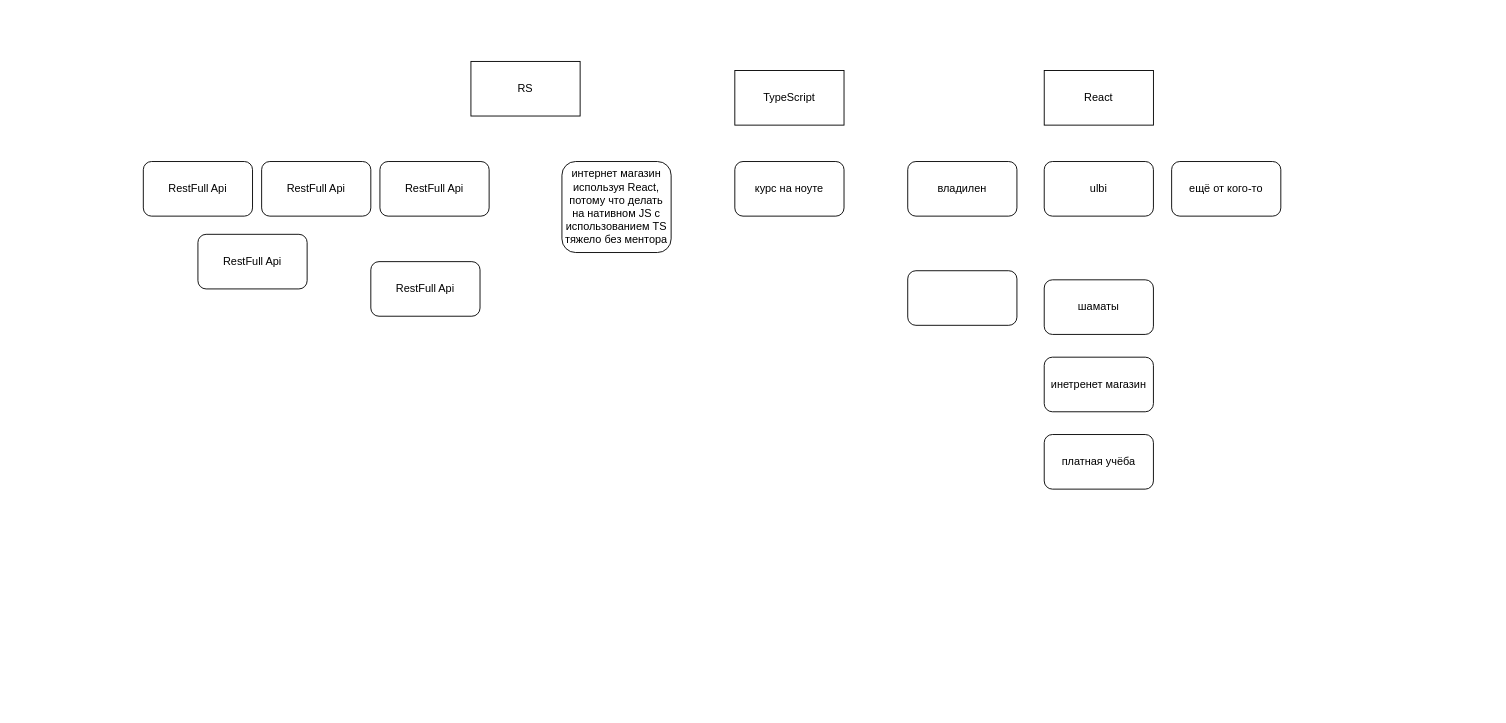
The draw.io diagram Диаграмма без названия.drawio in denis88k/diagrams, before the edit. Source tidied: cells renumbered, new cells numbered last; positions are measured from the earlier drawing's top-left corner, leaving out a move shared by most shapes. Both pictures are drawn from the tidied source at 91%, with x=0, y=0 at pixel (143, 61).
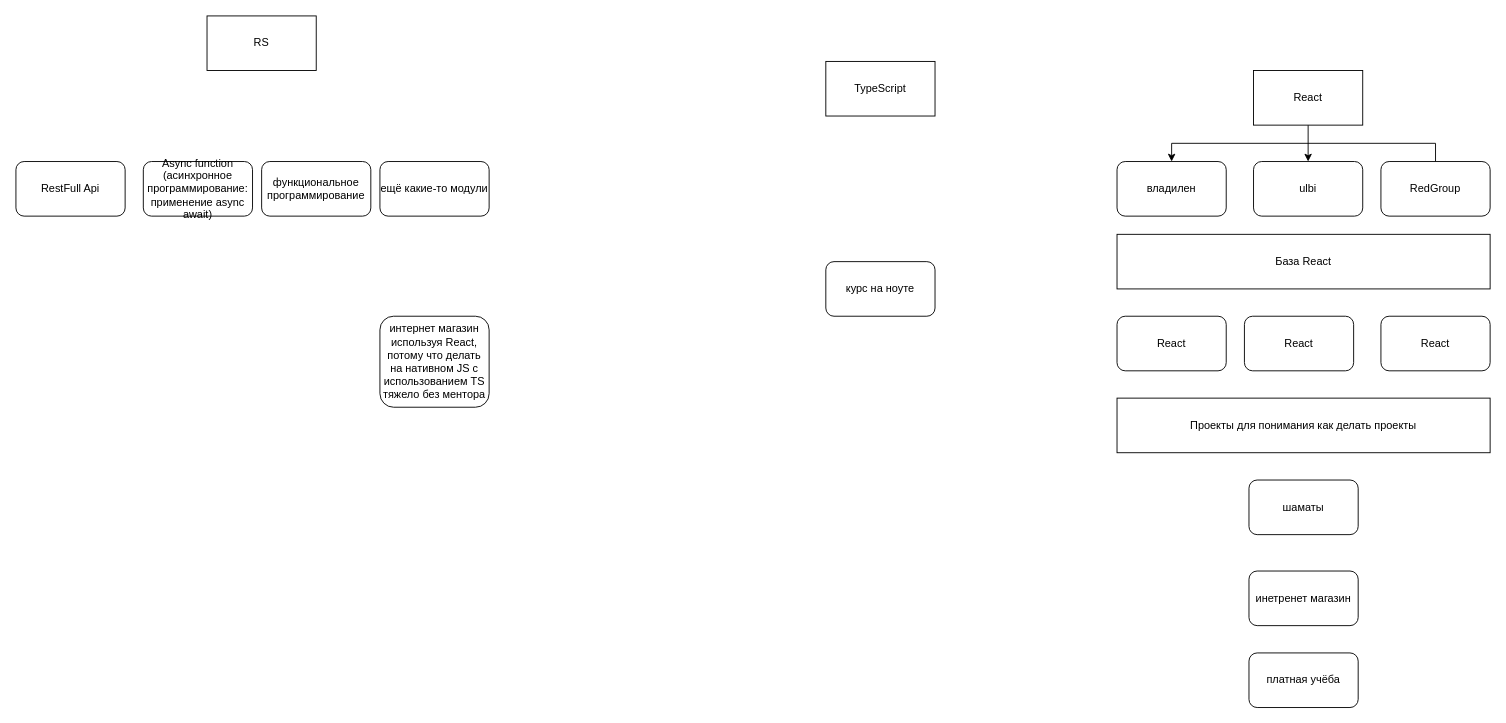
After the change.

Diff of the diagram source:
```diff
@@
     <mxCell id="2" value="RS" style="rounded=0;whiteSpace=wrap;html=1;" parent="1" vertex="1">
-      <mxGeometry x="360" width="120" height="60" as="geometry" />
+      <mxGeometry x="70" y="-50" width="120" height="60" as="geometry" />
     </mxCell>
     <mxCell id="3" value="TypeScript" style="rounded=0;whiteSpace=wrap;html=1;" parent="1" vertex="1">
-      <mxGeometry x="650" y="10" width="120" height="60" as="geometry" />
+      <mxGeometry x="750" width="120" height="60" as="geometry" />
     </mxCell>
+    <mxCell id="19" style="edgeStyle=orthogonalEdgeStyle;rounded=0;jettySize=auto;html=1;exitX=0.5;exitY=1;exitDx=0;exitDy=0;entryX=0.5;entryY=0;entryDx=0;entryDy=0;" parent="1" edge="1" source="4" target="9">
+      <mxGeometry relative="1" as="geometry" />
+    </mxCell>
+    <mxCell id="20" style="edgeStyle=orthogonalEdgeStyle;rounded=0;jettySize=auto;html=1;exitX=0.5;exitY=0;exitDx=0;exitDy=0;entryX=0.5;entryY=0;entryDx=0;entryDy=0;" parent="1" edge="1" source="8" target="7">
+      <mxGeometry relative="1" as="geometry" />
+    </mxCell>
     <mxCell id="4" value="React" style="rounded=0;whiteSpace=wrap;html=1;" parent="1" vertex="1">
-      <mxGeometry x="990" y="10" width="120" height="60" as="geometry" />
+      <mxGeometry x="1220" y="10" width="120" height="60" as="geometry" />
     </mxCell>
-    <mxCell id="5" value="RestFull Api" style="rounded=1;whiteSpace=wrap;html=1;" parent="1" vertex="1">
+    <mxCell id="5" value="ещё какие-то модули" style="rounded=1;whiteSpace=wrap;html=1;" parent="1" vertex="1">
       <mxGeometry x="260" y="110" width="120" height="60" as="geometry" />
     </mxCell>
     <mxCell id="6" value="курс на ноуте" style="rounded=1;whiteSpace=wrap;html=1;" parent="1" vertex="1">
-      <mxGeometry x="650" y="110" width="120" height="60" as="geometry" />
+      <mxGeometry x="750" y="220" width="120" height="60" as="geometry" />
     </mxCell>
     <mxCell id="7" value="владилен" style="rounded=1;whiteSpace=wrap;html=1;" parent="1" vertex="1">
-      <mxGeometry x="840" y="110" width="120" height="60" as="geometry" />
+      <mxGeometry x="1070" y="110" width="120" height="60" as="geometry" />
     </mxCell>
-    <mxCell id="8" value="ещё от кого-то" style="rounded=1;whiteSpace=wrap;html=1;" parent="1" vertex="1">
-      <mxGeometry x="1130" y="110" width="120" height="60" as="geometry" />
+    <mxCell id="8" value="RedGroup" style="rounded=1;whiteSpace=wrap;html=1;" parent="1" vertex="1">
+      <mxGeometry x="1360" y="110" width="120" height="60" as="geometry" />
     </mxCell>
     <mxCell id="9" value="ulbi" style="rounded=1;whiteSpace=wrap;html=1;" parent="1" vertex="1">
-      <mxGeometry x="990" y="110" width="120" height="60" as="geometry" />
+      <mxGeometry x="1220" y="110" width="120" height="60" as="geometry" />
     </mxCell>
-    <mxCell id="10" style="rounded=1;whiteSpace=wrap;html=1;" parent="1" vertex="1">
-      <mxGeometry x="840" y="230" width="120" height="60" as="geometry" />
+    <mxCell id="10" value="React" style="rounded=1;whiteSpace=wrap;html=1;" parent="1" vertex="1">
+      <mxGeometry x="1070" y="280" width="120" height="60" as="geometry" />
     </mxCell>
     <mxCell id="11" value="шаматы" style="rounded=1;whiteSpace=wrap;html=1;" parent="1" vertex="1">
-      <mxGeometry x="990" y="240" width="120" height="60" as="geometry" />
+      <mxGeometry x="1215" y="460" width="120" height="60" as="geometry" />
     </mxCell>
     <mxCell id="12" value="инетренет магазин" style="rounded=1;whiteSpace=wrap;html=1;" parent="1" vertex="1">
-      <mxGeometry x="990" y="325" width="120" height="60" as="geometry" />
+      <mxGeometry x="1215" y="560" width="120" height="60" as="geometry" />
     </mxCell>
     <mxCell id="13" value="платная учёба" style="rounded=1;whiteSpace=wrap;html=1;" parent="1" vertex="1">
-      <mxGeometry x="990" y="410" width="120" height="60" as="geometry" />
+      <mxGeometry x="1215" y="650" width="120" height="60" as="geometry" />
     </mxCell>
     <mxCell id="14" value="интернет магазин используя React, потому что делать на нативном JS с использованием TS тяжело без ментора" style="rounded=1;whiteSpace=wrap;html=1;" parent="1" vertex="1">
-      <mxGeometry x="460" y="110" width="120" height="100" as="geometry" />
+      <mxGeometry x="260" y="280" width="120" height="100" as="geometry" />
     </mxCell>
-    <mxCell id="15" value="RestFull Api" style="rounded=1;whiteSpace=wrap;html=1;" parent="1" vertex="1">
+    <mxCell id="15" value="функциональное программирование" style="rounded=1;whiteSpace=wrap;html=1;" parent="1" vertex="1">
       <mxGeometry x="130" y="110" width="120" height="60" as="geometry" />
     </mxCell>
-    <mxCell id="16" value="RestFull Api" style="rounded=1;whiteSpace=wrap;html=1;" parent="1" vertex="1">
+    <mxCell id="16" value="Async function (асинхронное программирование: применение async await)" style="rounded=1;whiteSpace=wrap;html=1;" parent="1" vertex="1">
       <mxGeometry y="110" width="120" height="60" as="geometry" />
     </mxCell>
     <mxCell id="17" value="RestFull Api" style="rounded=1;whiteSpace=wrap;html=1;" parent="1" vertex="1">
-      <mxGeometry x="60" y="190" width="120" height="60" as="geometry" />
+      <mxGeometry x="-140" y="110" width="120" height="60" as="geometry" />
     </mxCell>
-    <mxCell id="18" value="RestFull Api" style="rounded=1;whiteSpace=wrap;html=1;" parent="1" vertex="1">
-      <mxGeometry x="250" y="220" width="120" height="60" as="geometry" />
-    </mxCell>
+    <mxCell id="21" value="База React" style="rounded=0;whiteSpace=wrap;html=1;" parent="1" vertex="1">
+      <mxGeometry x="1070" y="190" width="410" height="60" as="geometry" />
+    </mxCell>
+    <mxCell id="22" value="React" style="rounded=1;whiteSpace=wrap;html=1;" parent="1" vertex="1">
+      <mxGeometry x="1210" y="280" width="120" height="60" as="geometry" />
+    </mxCell>
+    <mxCell id="23" value="React" style="rounded=1;whiteSpace=wrap;html=1;" parent="1" vertex="1">
+      <mxGeometry x="1360" y="280" width="120" height="60" as="geometry" />
+    </mxCell>
+    <mxCell id="24" value="Проекты для понимания как делать проекты" style="rounded=0;whiteSpace=wrap;html=1;" parent="1" vertex="1">
+      <mxGeometry x="1070" y="370" width="410" height="60" as="geometry" />
+    </mxCell>
```
